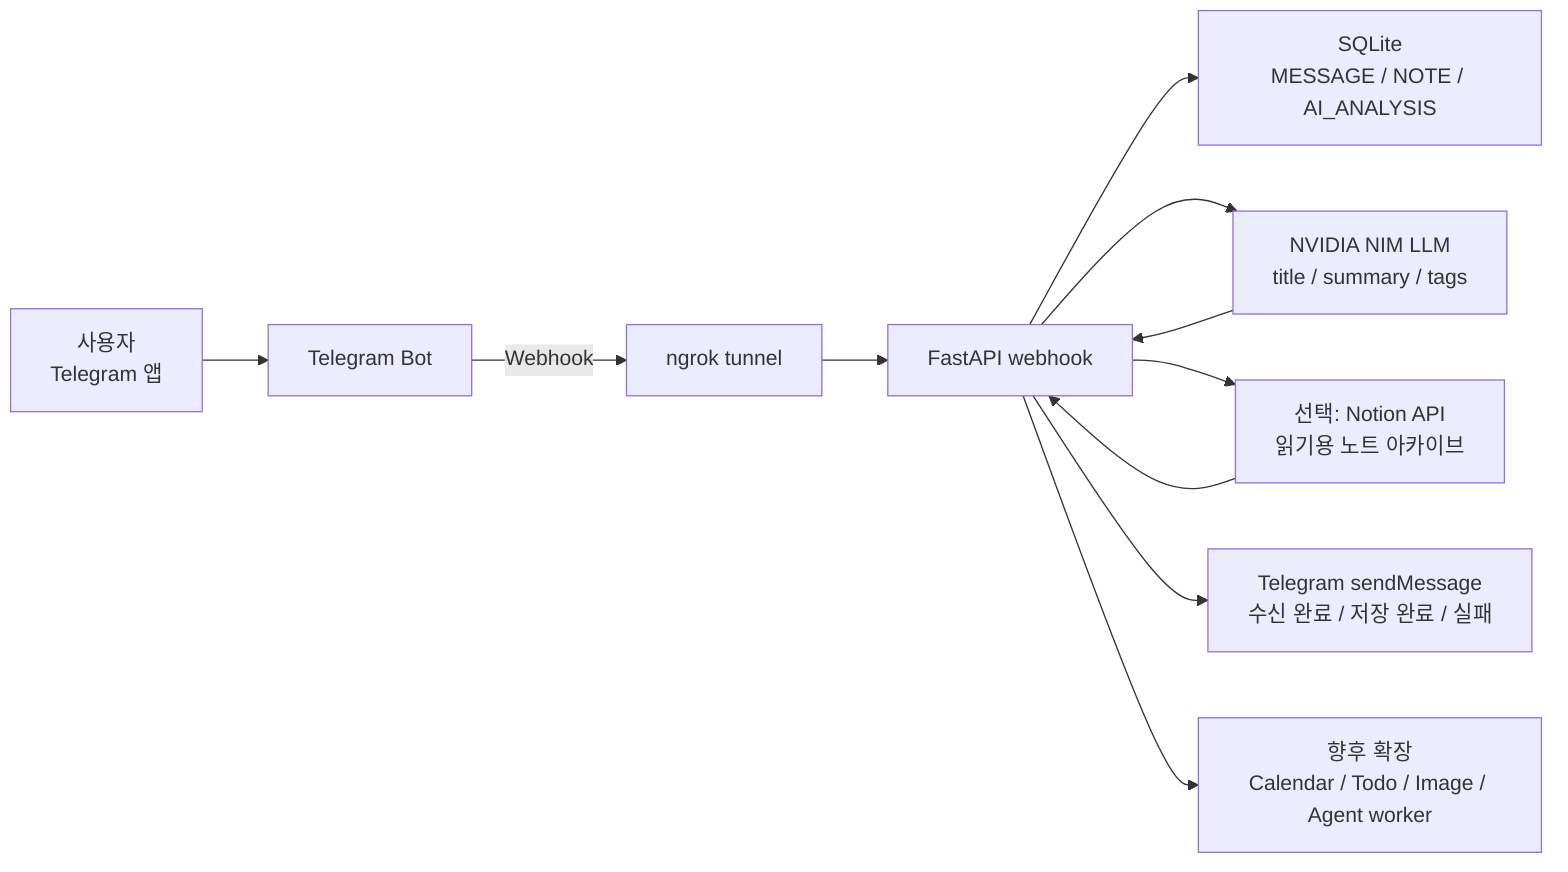
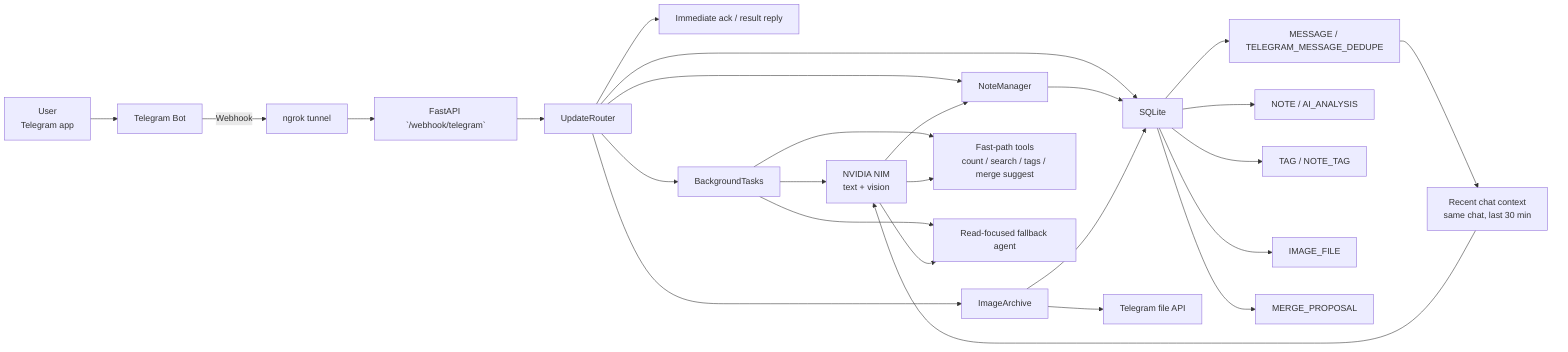
flowchart LR
-     User["사용자<br/>Telegram 앱"] --> Bot["Telegram Bot"]
+     User["User<br/>Telegram app"] --> Bot["Telegram Bot"]
    Bot -->|Webhook| Tunnel["ngrok tunnel"]
-     Tunnel --> API["FastAPI webhook"]
+     Tunnel --> API["FastAPI `/webhook/telegram`"]

-     API --> SQLite["SQLite<br/>MESSAGE / NOTE / AI_ANALYSIS"]
-     API --> NIMText["NVIDIA NIM LLM<br/>title / summary / tags"]
-     API --> Notion["선택: Notion API<br/>읽기용 노트 아카이브"]
+     API --> Router["UpdateRouter"]
+     Router --> Ack["Immediate ack / result reply"]
+     Router --> BG["BackgroundTasks"]
+     Router --> Archive["ImageArchive"]
+     Router --> Manager["NoteManager"]
+     Router --> DB["SQLite"]

-     API --> Ack["Telegram sendMessage<br/>수신 완료 / 저장 완료 / 실패"]
-     NIMText --> API
-     Notion --> API
+     BG --> NIM["NVIDIA NIM<br/>text + vision"]
+     BG --> FastTools["Fast-path tools<br/>count / search / tags / merge suggest"]
+     BG --> AgentFallback["Read-focused fallback agent"]

-     API --> Future["향후 확장<br/>Calendar / Todo / Image / Agent worker"]
+     Manager --> DB
+     Archive --> TGFile["Telegram file API"]
+     Archive --> DB
+     NIM --> Manager
+     NIM --> FastTools
+     NIM --> AgentFallback
+ 
+     DB --> Msg["MESSAGE / TELEGRAM_MESSAGE_DEDUPE"]
+     DB --> Notes["NOTE / AI_ANALYSIS"]
+     DB --> Tags["TAG / NOTE_TAG"]
+     DB --> Media["IMAGE_FILE"]
+     DB --> Merge["MERGE_PROPOSAL"]
+ 
+     Msg --> Context["Recent chat context<br/>same chat, last 30 min"]
+     Context --> NIM
